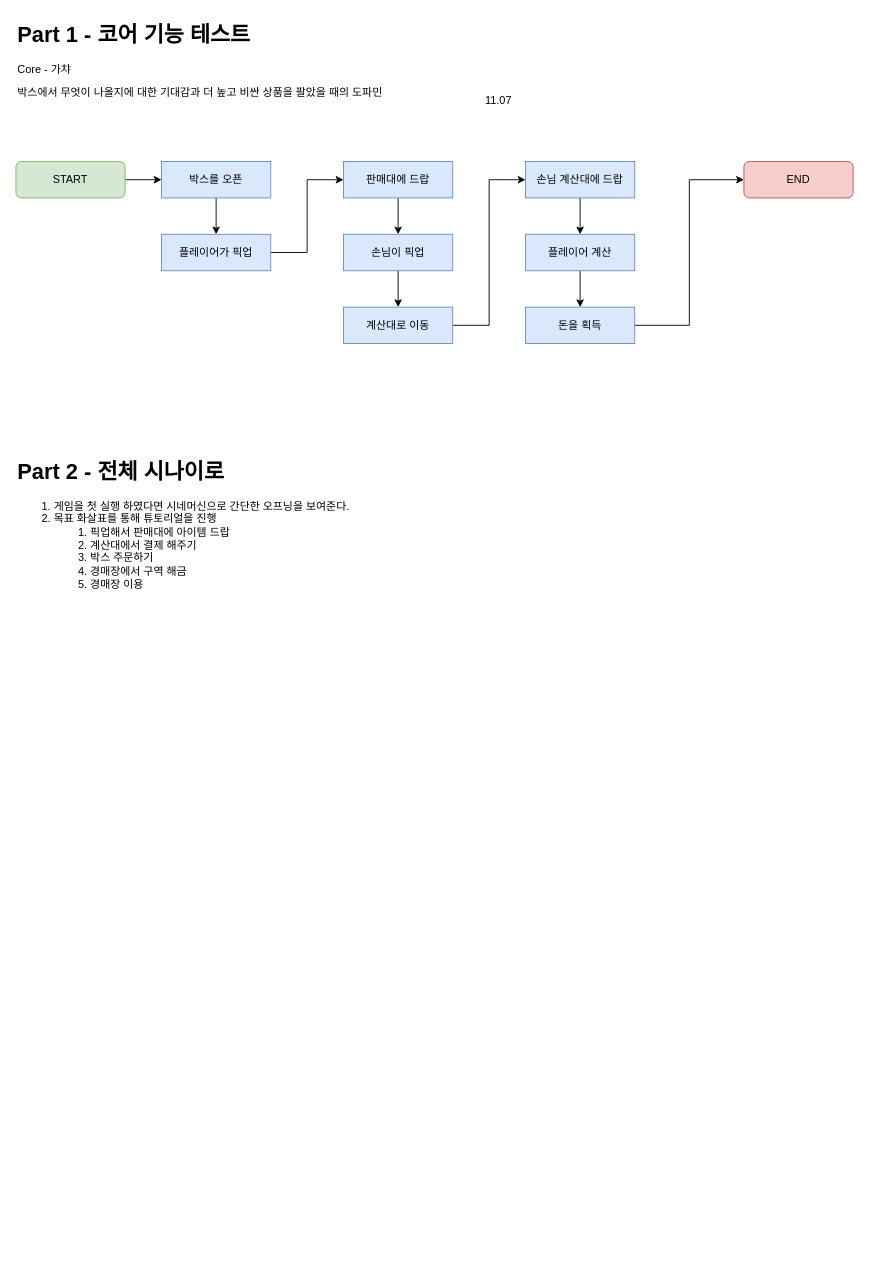
Above: page "전체 시나리오" (1 of 6) of GameDesign.drawio in Dev-Lee-Jae-Wook/MobileTycoon (draw.io), before the change. Source tidied: cells renumbered, new cells numbered last; positions are measured from the earlier drawing's top-left corner, leaving out a move shared by most shapes. Both pictures are drawn from the tidied source at 91%, with x=0, y=0 at pixel (15, 15).
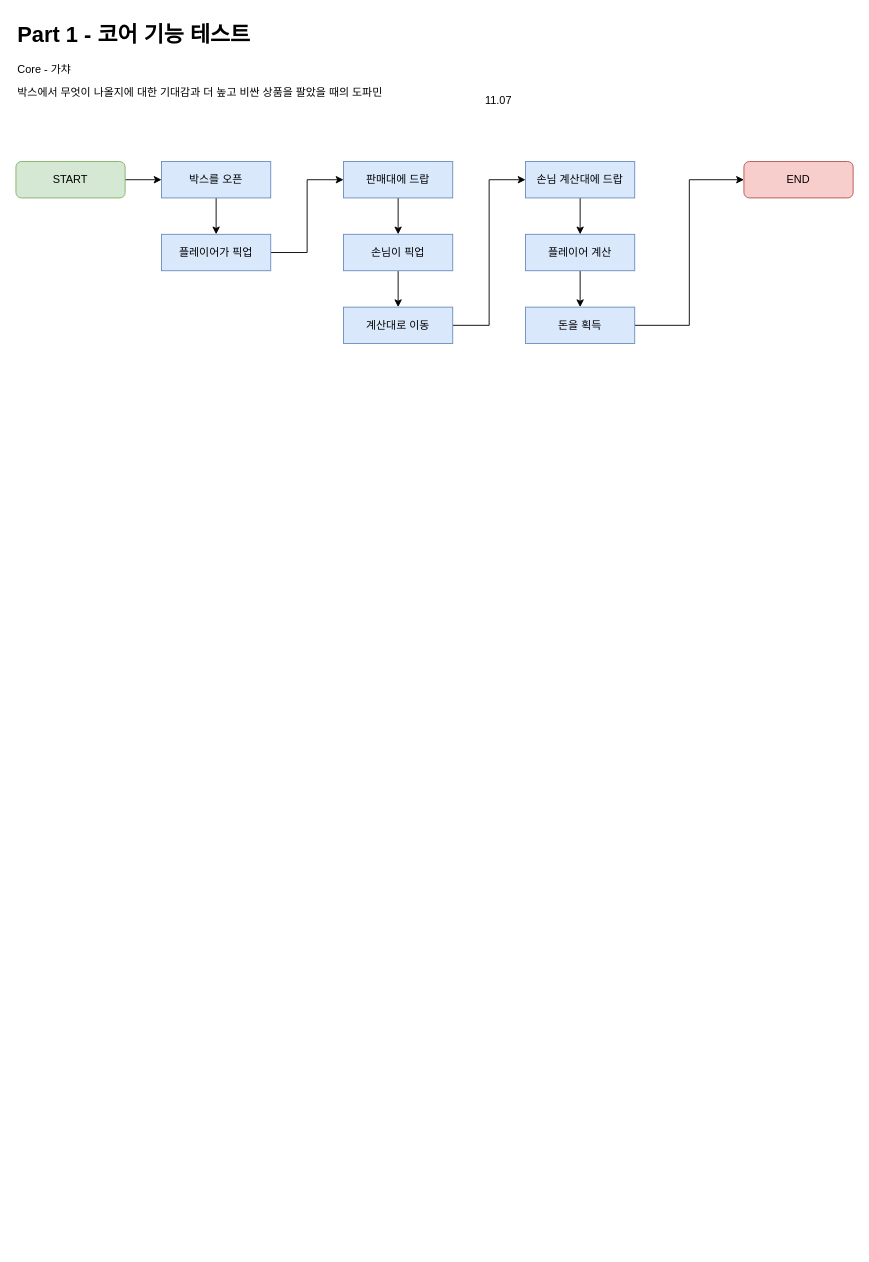
Above is the later version.

Diff of the diagram source:
```diff
@@
-    <mxCell id="23" value="&lt;h1 style=&quot;margin-top: 0px;&quot;&gt;Part 2 - 전체 시나이로&lt;/h1&gt;&lt;p&gt;&lt;/p&gt;&lt;ol&gt;&lt;li&gt;게임을 첫 실행 하였다면 시네머신으로 간단한 오프닝을 보여준다.&lt;/li&gt;&lt;li&gt;목표 화살표를 통해 튜토리얼을 진행&lt;/li&gt;&lt;ol&gt;&lt;li&gt;픽업해서 판매대에 아이템 드랍&lt;/li&gt;&lt;li&gt;계산대에서 결제 해주기&lt;/li&gt;&lt;li&gt;박스 주문하기&lt;/li&gt;&lt;li&gt;경매장에서 구역 해금&lt;/li&gt;&lt;li&gt;경매장 이용&lt;/li&gt;&lt;/ol&gt;&lt;/ol&gt;&lt;p&gt;&lt;/p&gt;" style="text;html=1;whiteSpace=wrap;overflow=hidden;rounded=0;" parent="1" vertex="1">
-      <mxGeometry y="480" width="440" height="870" as="geometry" />
-    </mxCell>
```
